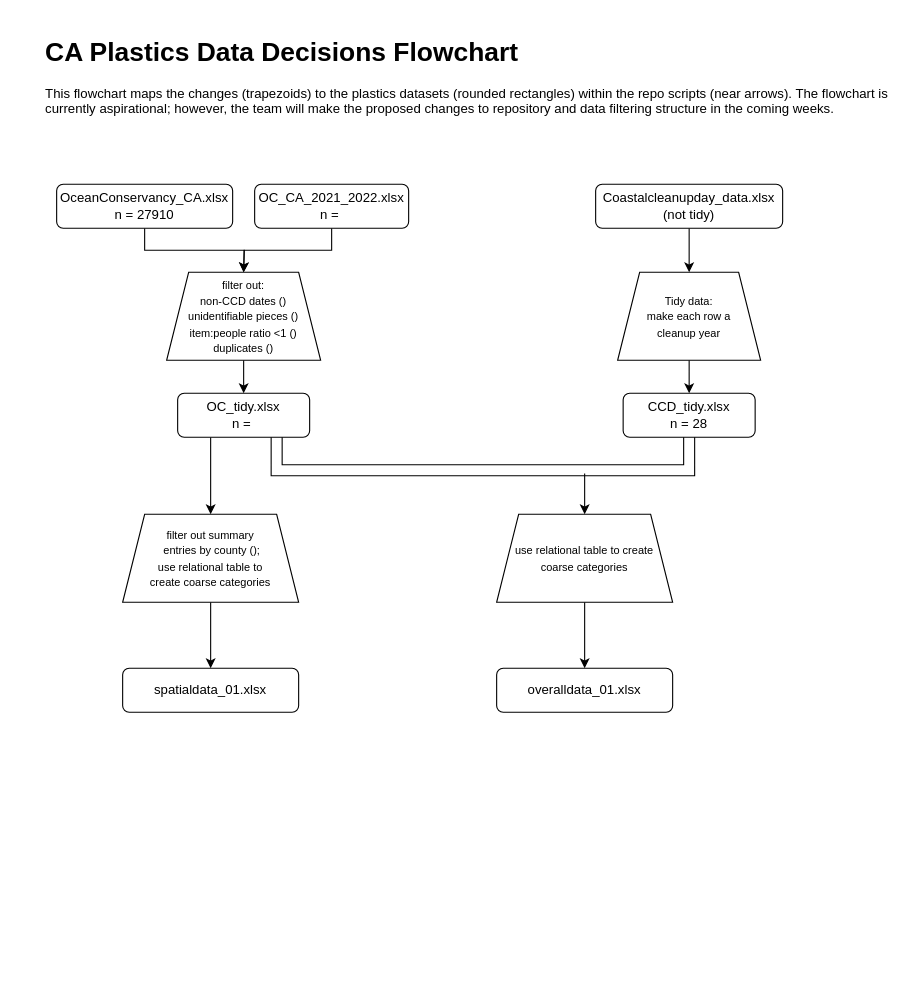
Above: figures/Untitled Diagram.drawio in cclatterbuck/CAplastics (draw.io), before the change. Source tidied: cells renumbered, new cells numbered last; positions are measured from the earlier drawing's top-left corner, leaving out a move shared by most shapes. Both pictures are drawn from the tidied source at 110%, with x=0, y=0 at pixel (40, 30).
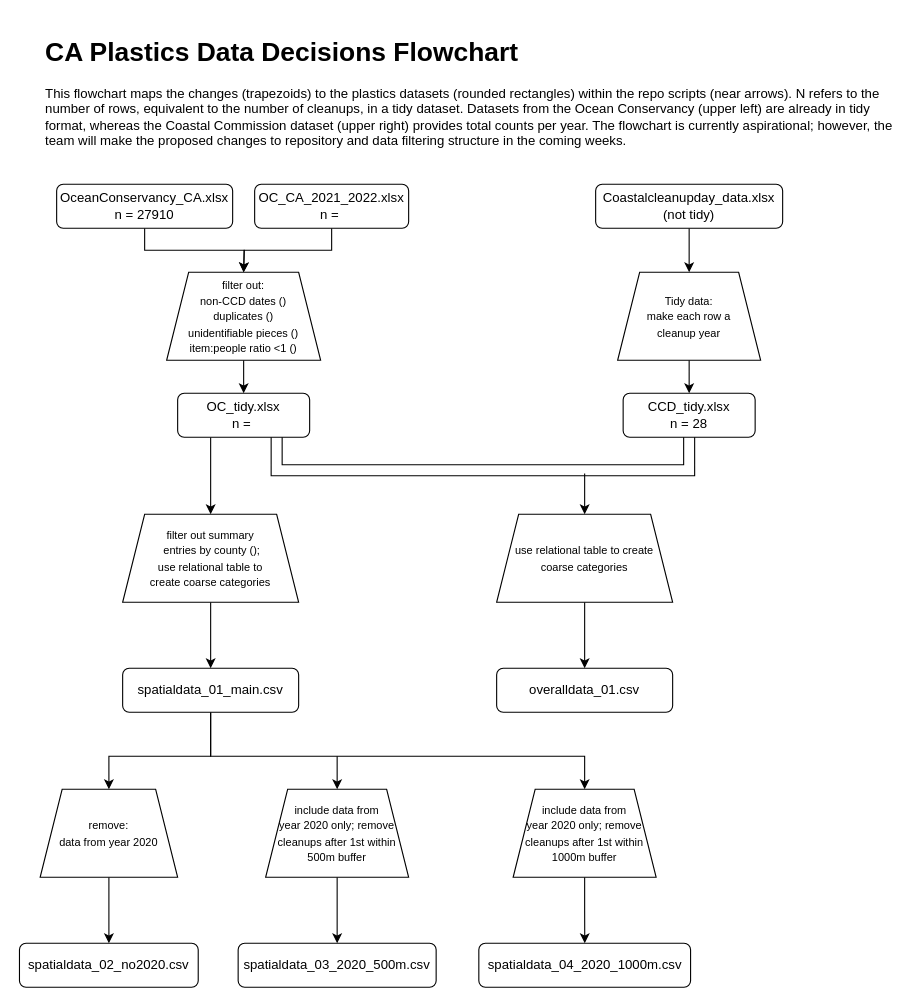
The same diagram, later.

Commit message:
flowchart: add processes & names for spatial data

Diff of the diagram source:
```diff
@@
-    <mxCell id="9" value="&lt;font style=&quot;font-size: 10px;&quot;&gt;filter out:&lt;br&gt;non-CCD dates ()&lt;br&gt;unidentifiable pieces ()&lt;br&gt;item:people ratio &amp;lt;1 ()&lt;br&gt;duplicates ()&lt;/font&gt;" style="shape=trapezoid;perimeter=trapezoidPerimeter;whiteSpace=wrap;html=1;fixedSize=1;" parent="1" vertex="1">
+    <mxCell id="9" value="&lt;font style=&quot;font-size: 10px;&quot;&gt;filter out:&lt;br&gt;non-CCD dates ()&lt;br&gt;duplicates ()&lt;br&gt;unidentifiable pieces ()&lt;br&gt;item:people ratio &amp;lt;1 ()&lt;br&gt;&lt;/font&gt;" style="shape=trapezoid;perimeter=trapezoidPerimeter;whiteSpace=wrap;html=1;fixedSize=1;" parent="1" vertex="1">
       <mxGeometry x="115" y="220" width="140" height="80" as="geometry" />
     </mxCell>
@@
+    <mxCell id="24" style="edgeStyle=orthogonalEdgeStyle;rounded=0;jettySize=auto;html=1;exitX=0.5;exitY=1;exitDx=0;exitDy=0;entryX=0.5;entryY=0;entryDx=0;entryDy=0;" parent="1" edge="1" source="21" target="27">
+      <mxGeometry relative="1" as="geometry">
+        <Array as="points">
+          <mxPoint x="155" y="660" />
+          <mxPoint x="63" y="660" />
+        </Array>
+      </mxGeometry>
+    </mxCell>
+    <mxCell id="25" style="edgeStyle=orthogonalEdgeStyle;rounded=0;jettySize=auto;html=1;exitX=0.5;exitY=1;exitDx=0;exitDy=0;entryX=0.5;entryY=0;entryDx=0;entryDy=0;" parent="1" edge="1" source="21" target="32">
+      <mxGeometry relative="1" as="geometry">
+        <Array as="points">
+          <mxPoint x="155" y="660" />
+          <mxPoint x="495" y="660" />
+        </Array>
+      </mxGeometry>
+    </mxCell>
-    <mxCell id="21" value="spatialdata_01.xlsx" style="rounded=1;whiteSpace=wrap;html=1;fontSize=12;glass=0;strokeWidth=1;shadow=0;" parent="1" vertex="1">
+    <mxCell id="21" value="spatialdata_01_main.csv" style="rounded=1;whiteSpace=wrap;html=1;fontSize=12;glass=0;strokeWidth=1;shadow=0;" parent="1" vertex="1">
       <mxGeometry x="75" y="580" width="160" height="40" as="geometry" />
     </mxCell>
-    <mxCell id="22" value="overalldata_01.xlsx" style="rounded=1;whiteSpace=wrap;html=1;fontSize=12;glass=0;strokeWidth=1;shadow=0;" parent="1" vertex="1">
+    <mxCell id="22" value="overalldata_01.csv" style="rounded=1;whiteSpace=wrap;html=1;fontSize=12;glass=0;strokeWidth=1;shadow=0;" parent="1" vertex="1">
       <mxGeometry x="415" y="580" width="160" height="40" as="geometry" />
     </mxCell>
-    <mxCell id="23" value="&lt;h1&gt;CA Plastics Data Decisions Flowchart&lt;/h1&gt;&lt;p&gt;This flowchart maps the changes (trapezoids) to the plastics datasets (rounded rectangles) within the repo scripts (near arrows). The flowchart is currently aspirational; however, the team will make the proposed changes to repository and data filtering structure in the coming weeks.&lt;/p&gt;" style="text;html=1;strokeColor=none;fillColor=none;spacing=5;spacingTop=-20;whiteSpace=wrap;overflow=hidden;rounded=0;" parent="1" vertex="1">
+    <mxCell id="23" value="&lt;h1&gt;CA Plastics Data Decisions Flowchart&lt;/h1&gt;&lt;p&gt;This flowchart maps the changes (trapezoids) to the plastics datasets (rounded rectangles) within the repo scripts (near arrows). N refers to the number of rows, equivalent to the number of cleanups, in a tidy dataset. Datasets from the Ocean Conservancy (upper left) are already in tidy format, whereas the Coastal Commission dataset (upper right) provides total counts per year. The flowchart is currently aspirational; however, the team will make the proposed changes to repository and data filtering structure in the coming weeks.&lt;/p&gt;" style="text;html=1;strokeColor=none;fillColor=none;spacing=5;spacingTop=-20;whiteSpace=wrap;overflow=hidden;rounded=0;" parent="1" vertex="1">
       <mxGeometry width="785" height="120" as="geometry" />
     </mxCell>
+    <mxCell id="26" style="edgeStyle=orthogonalEdgeStyle;rounded=0;jettySize=auto;html=1;" parent="1" edge="1" source="27" target="28">
+      <mxGeometry relative="1" as="geometry" />
+    </mxCell>
+    <mxCell id="27" value="&lt;font style=&quot;font-size: 10px;&quot;&gt;remove: &lt;br&gt;data from year 2020&lt;/font&gt;" style="shape=trapezoid;perimeter=trapezoidPerimeter;whiteSpace=wrap;html=1;fixedSize=1;" parent="1" vertex="1">
+      <mxGeometry y="690" width="125" height="80" as="geometry" />
+    </mxCell>
+    <mxCell id="28" value="spatialdata_02_no2020.csv" style="rounded=1;whiteSpace=wrap;html=1;" parent="1" vertex="1">
+      <mxGeometry x="-18.8" y="830" width="162.5" height="40" as="geometry" />
+    </mxCell>
+    <mxCell id="29" style="edgeStyle=orthogonalEdgeStyle;rounded=0;jettySize=auto;html=1;" parent="1" edge="1" source="30" target="33">
+      <mxGeometry relative="1" as="geometry" />
+    </mxCell>
+    <mxCell id="30" value="&lt;font style=&quot;font-size: 10px;&quot;&gt;include data from &lt;br&gt;year 2020 only; remove cleanups after 1st within 500m buffer&lt;/font&gt;" style="shape=trapezoid;perimeter=trapezoidPerimeter;whiteSpace=wrap;html=1;fixedSize=1;" parent="1" vertex="1">
+      <mxGeometry x="205" y="690" width="130" height="80" as="geometry" />
+    </mxCell>
+    <mxCell id="31" style="edgeStyle=orthogonalEdgeStyle;rounded=0;jettySize=auto;html=1;" parent="1" edge="1" source="32" target="34">
+      <mxGeometry relative="1" as="geometry" />
+    </mxCell>
+    <mxCell id="32" value="&lt;font style=&quot;font-size: 10px;&quot;&gt;include data from &lt;br&gt;year 2020 only; remove cleanups after 1st within 1000m buffer&lt;/font&gt;" style="shape=trapezoid;perimeter=trapezoidPerimeter;whiteSpace=wrap;html=1;fixedSize=1;" parent="1" vertex="1">
+      <mxGeometry x="430" y="690" width="130" height="80" as="geometry" />
+    </mxCell>
+    <mxCell id="33" value="spatialdata_03_2020_500m.csv" style="rounded=1;whiteSpace=wrap;html=1;" parent="1" vertex="1">
+      <mxGeometry x="180" y="830" width="180" height="40" as="geometry" />
+    </mxCell>
+    <mxCell id="34" value="spatialdata_04_2020_1000m.csv" style="rounded=1;whiteSpace=wrap;html=1;" parent="1" vertex="1">
+      <mxGeometry x="398.8" y="830" width="192.5" height="40" as="geometry" />
+    </mxCell>
+    <mxCell id="35" style="endArrow=classic;html=1;rounded=0;entryX=0.5;entryY=0;entryDx=0;entryDy=0;" parent="1" edge="1" target="30">
+      <mxGeometry relative="1" as="geometry">
+        <mxPoint x="270" y="660" as="sourcePoint" />
+      </mxGeometry>
+    </mxCell>
```
